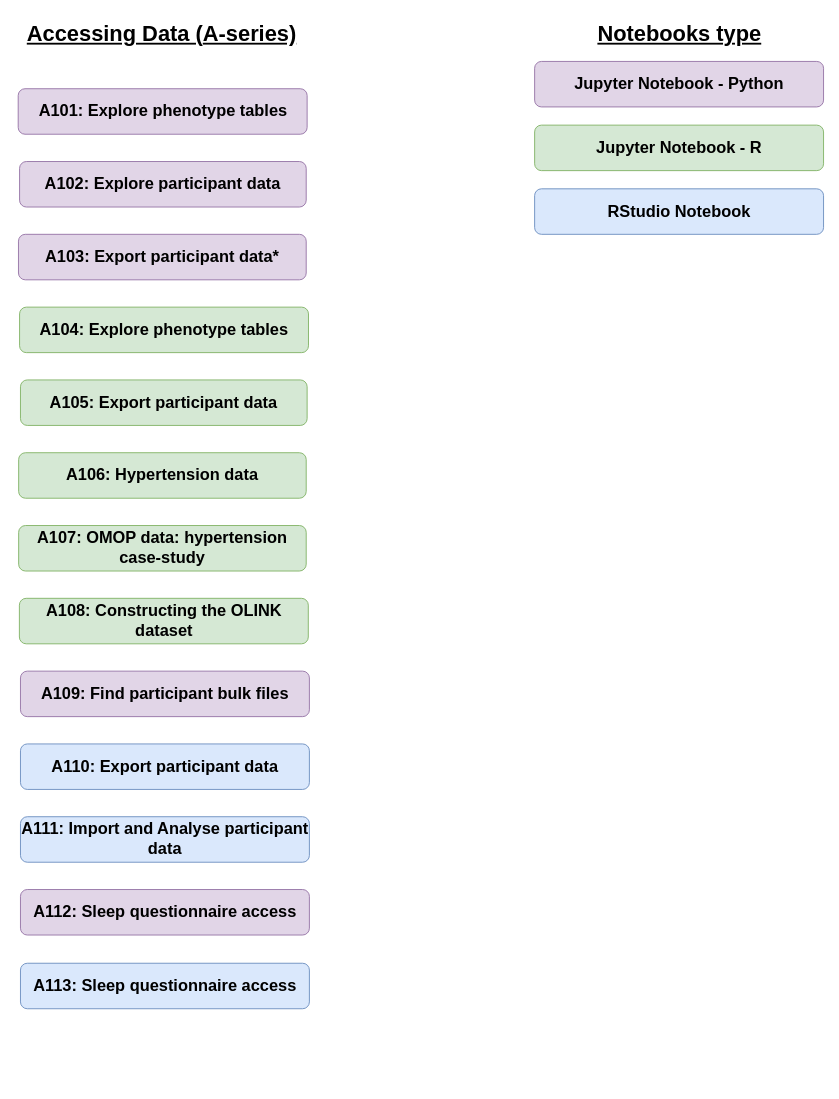
Earlier version of the draw.io diagram access_data.drawio (UK-Biobank/UKB-RAP-Notebooks-Access). Source tidied: cells renumbered, new cells numbered last; positions are measured from the earlier drawing's top-left corner, leaving out a move shared by most shapes. Both pictures are drawn from the tidied source at 91%, with x=0, y=0 at pixel (15, 15).
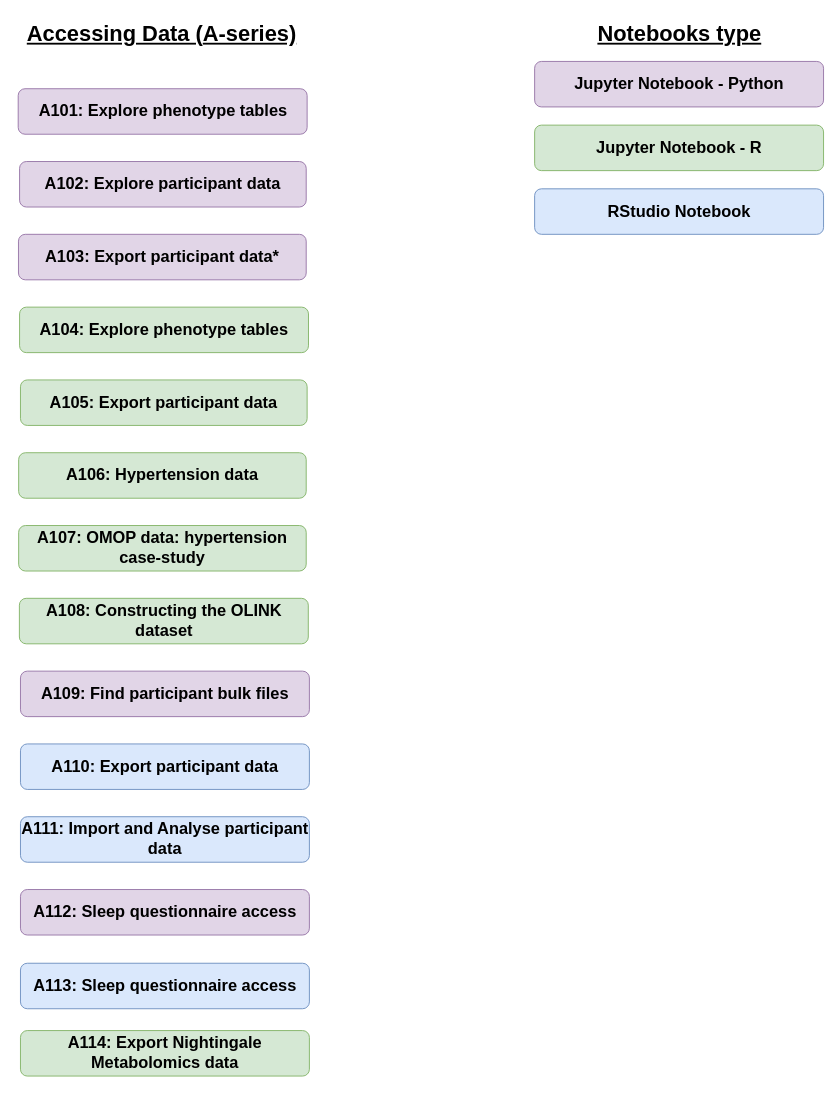
Above is the later version.

Commit message (it also covers changes not shown here):
notebook to export nightingale metabolomics data (#30)

What changed in the source:
```diff
@@
+    <mxCell id="20" value="&lt;p style=&quot;&quot;&gt;&lt;b style=&quot;&quot;&gt;&lt;font style=&quot;font-size: 18px;&quot; color=&quot;#000000&quot;&gt;A114: Export Nightingale Metabolomics data&lt;/font&gt;&lt;/b&gt;&lt;/p&gt;" style="whiteSpace=wrap;html=1;fillColor=#d5e8d4;strokeColor=#82b366;rounded=1;" parent="1" vertex="1">
+      <mxGeometry x="5" y="1115" width="317.5" height="50" as="geometry" />
+    </mxCell>
```
